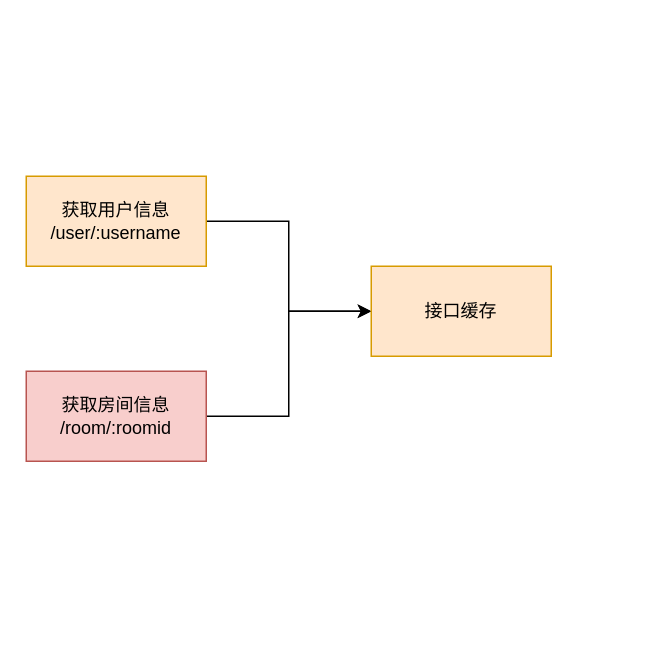
Before: 阿里天池.drawio in ThinkingXuan/draw, a draw.io diagram. Source tidied: cells renumbered, new cells numbered last; positions are measured from the earlier drawing's top-left corner, leaving out a move shared by most shapes. Both pictures are drawn from the tidied source at 150%, with x=0, y=0 at pixel (26, 176).
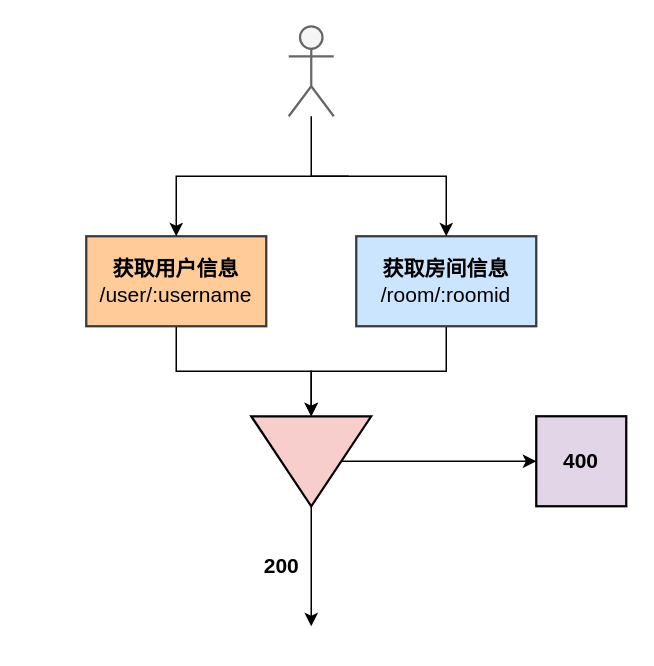
The same diagram, later.

Commit message:
更新阿里天池.drawio

Change to the diagram source:
```diff
@@
 <mxGraphModel>
   <root>
     <mxCell id="0" />
     <mxCell id="1" parent="0" />
-    <mxCell id="2" style="rounded=0;jettySize=auto;html=1;entryX=0;entryY=0.5;entryDx=0;entryDy=0;fontColor=#FFFFFF;edgeStyle=orthogonalEdgeStyle;" parent="1" edge="1" source="3" target="6">
-      <mxGeometry relative="1" as="geometry" />
-    </mxCell>
+    <mxCell id="7" style="edgeStyle=orthogonalEdgeStyle;rounded=0;jettySize=auto;html=1;entryX=0;entryY=0.5;entryDx=0;entryDy=0;fontSize=14;" parent="1" edge="1" source="3" target="11">
+      <mxGeometry relative="1" as="geometry" />
+    </mxCell>
-    <mxCell id="3" value="获取用户信息&lt;br&gt;/user/:username" style="rounded=0;whiteSpace=wrap;html=1;fillColor=#ffe6cc;strokeColor=#d79b00;" parent="1" vertex="1">
-      <mxGeometry width="120" height="60" as="geometry" />
+    <mxCell id="3" value="&lt;font style=&quot;font-size: 14px&quot;&gt;&lt;b&gt;获取用户信息&lt;br&gt;&lt;/b&gt;/user/:username&lt;/font&gt;" style="rounded=0;whiteSpace=wrap;html=1;fillColor=#ffcc99;strokeColor=#36393d;strokeWidth=1.5;" parent="1" vertex="1">
+      <mxGeometry x="40" y="40" width="120" height="60" as="geometry" />
     </mxCell>
-    <mxCell id="4" style="edgeStyle=orthogonalEdgeStyle;rounded=0;jettySize=auto;html=1;entryX=0;entryY=0.5;entryDx=0;entryDy=0;fontColor=#FFFFFF;" parent="1" edge="1" source="5" target="6">
-      <mxGeometry relative="1" as="geometry" />
-    </mxCell>
+    <mxCell id="8" style="edgeStyle=orthogonalEdgeStyle;rounded=0;jettySize=auto;html=1;fontSize=14;" parent="1" edge="1" source="5" target="11">
+      <mxGeometry relative="1" as="geometry" />
+    </mxCell>
-    <mxCell id="5" value="获取房间信息&lt;br&gt;/room/:roomid" style="rounded=0;whiteSpace=wrap;html=1;fillColor=#f8cecc;strokeColor=#b85450;" parent="1" vertex="1">
-      <mxGeometry y="130" width="120" height="60" as="geometry" />
+    <mxCell id="5" value="&lt;font style=&quot;font-size: 14px&quot;&gt;&lt;b&gt;获取房间信息&lt;br&gt;&lt;/b&gt;/room/:roomid&lt;/font&gt;" style="rounded=0;whiteSpace=wrap;html=1;fillColor=#cce5ff;strokeColor=#36393d;strokeWidth=1.5;" parent="1" vertex="1">
+      <mxGeometry x="220" y="40" width="120" height="60" as="geometry" />
     </mxCell>
-    <mxCell id="6" value="接口缓存" style="rounded=0;whiteSpace=wrap;html=1;fillColor=#ffe6cc;strokeColor=#d79b00;" parent="1" vertex="1">
-      <mxGeometry x="230" y="60" width="120" height="60" as="geometry" />
-    </mxCell>
+    <mxCell id="9" style="edgeStyle=orthogonalEdgeStyle;rounded=0;jettySize=auto;html=1;fontSize=14;" parent="1" edge="1" source="11">
+      <mxGeometry relative="1" as="geometry">
+        <mxPoint x="190" y="300" as="targetPoint" />
+      </mxGeometry>
+    </mxCell>
+    <mxCell id="10" style="edgeStyle=orthogonalEdgeStyle;rounded=0;jettySize=auto;html=1;fontSize=14;" parent="1" edge="1" source="11">
+      <mxGeometry relative="1" as="geometry">
+        <mxPoint x="340" y="190" as="targetPoint" />
+      </mxGeometry>
+    </mxCell>
+    <mxCell id="11" style="triangle;whiteSpace=wrap;html=1;fontSize=14;strokeWidth=1.5;rotation=90;direction=east;fillColor=#f8cecc;strokeColor=#000000;" parent="1" vertex="1">
+      <mxGeometry x="160" y="150" width="60" height="80" as="geometry" />
+    </mxCell>
+    <mxCell id="12" value="&lt;b&gt;200&lt;/b&gt;" style="text;html=1;align=center;verticalAlign=middle;strokeColor=none;fillColor=none;fontSize=14;" parent="1" vertex="1">
+      <mxGeometry x="150" y="250" width="40" height="20" as="geometry" />
+    </mxCell>
+    <mxCell id="13" style="edgeStyle=orthogonalEdgeStyle;rounded=0;jettySize=auto;html=1;fontSize=14;" parent="1" edge="1" source="15" target="5">
+      <mxGeometry relative="1" as="geometry">
+        <Array as="points">
+          <mxPoint x="190" />
+          <mxPoint x="280" />
+        </Array>
+      </mxGeometry>
+    </mxCell>
+    <mxCell id="14" style="edgeStyle=orthogonalEdgeStyle;rounded=0;jettySize=auto;html=1;fontSize=14;" parent="1" edge="1" target="3">
+      <mxGeometry relative="1" as="geometry">
+        <mxPoint x="190" as="sourcePoint" />
+        <Array as="points">
+          <mxPoint x="215" />
+          <mxPoint x="100" />
+        </Array>
+      </mxGeometry>
+    </mxCell>
+    <mxCell id="15" style="shape=umlActor;verticalLabelPosition=bottom;verticalAlign=top;html=1;outlineConnect=0;fontSize=14;strokeColor=#666666;strokeWidth=1.5;fillColor=#f5f5f5;fontColor=#333333;" parent="1" vertex="1">
+      <mxGeometry x="175" y="-100" width="30" height="60" as="geometry" />
+    </mxCell>
+    <mxCell id="16" value="&lt;b&gt;400&lt;/b&gt;" style="rounded=0;whiteSpace=wrap;html=1;fontSize=14;strokeColor=#000000;strokeWidth=1.5;fillColor=#e1d5e7;" parent="1" vertex="1">
+      <mxGeometry x="340" y="160" width="60" height="60" as="geometry" />
+    </mxCell>
   </root>
 </mxGraphModel>
```
